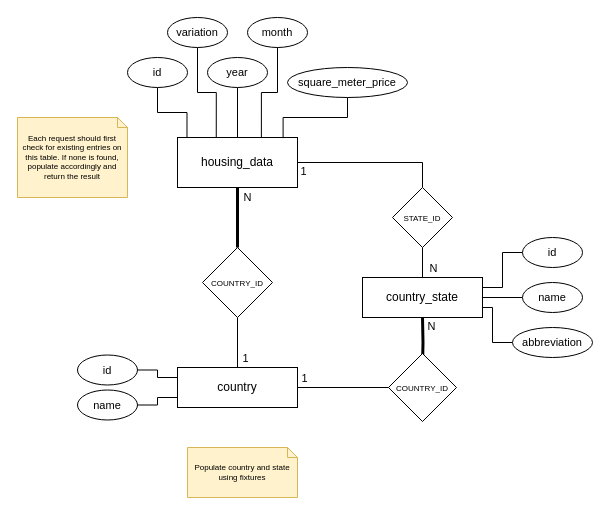
Above: docs/schema.drawio in vicenteke/world-housing-api (draw.io), before the change. Source tidied: cells renumbered, new cells numbered last; positions are measured from the earlier drawing's top-left corner, leaving out a move shared by most shapes. Both pictures are drawn from the tidied source at 100%, with x=0, y=0 at pixel (17, 17).
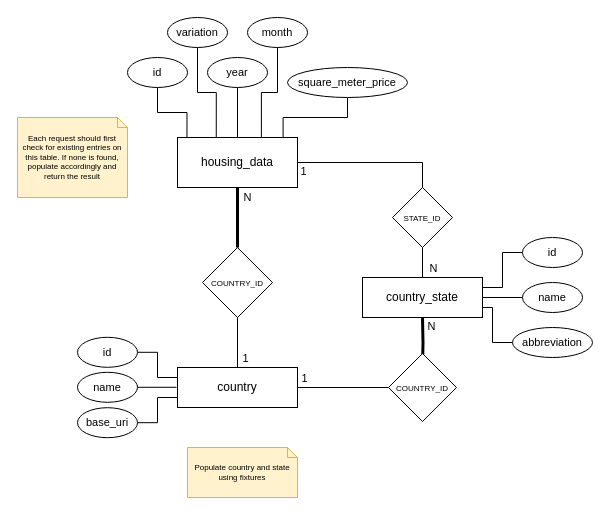
The same page after the edit.

Unchanged cells that the change refers to:
```xml
<mxCell id="3" value="country" style="rounded=0;whiteSpace=wrap;html=1;" parent="1" vertex="1">
  <mxGeometry x="160" y="350" width="120" height="40" as="geometry" />
</mxCell>
```

Change to the diagram source:
```diff
@@
-    <mxCell id="30" style="edgeStyle=orthogonalEdgeStyle;rounded=0;jettySize=auto;html=1;exitX=1;exitY=0.5;exitDx=0;exitDy=0;entryX=0;entryY=0.75;entryDx=0;entryDy=0;strokeColor=default;align=center;verticalAlign=middle;fontFamily=Helvetica;fontSize=11;fontColor=default;labelBackgroundColor=default;endArrow=none;endFill=0;" parent="1" edge="1" source="31" target="3">
-      <mxGeometry relative="1" as="geometry" />
+    <mxCell id="30" style="edgeStyle=orthogonalEdgeStyle;rounded=0;jettySize=auto;html=1;exitX=1;exitY=0.5;exitDx=0;exitDy=0;strokeColor=default;align=center;verticalAlign=middle;fontFamily=Helvetica;fontSize=11;fontColor=default;labelBackgroundColor=default;endArrow=none;endFill=0;" parent="1" edge="1" source="31">
+      <mxGeometry relative="1" as="geometry">
+        <mxPoint x="159" y="370" as="targetPoint" />
+      </mxGeometry>
     </mxCell>
     <mxCell id="31" value="name" style="ellipse;whiteSpace=wrap;html=1;fontFamily=Helvetica;fontSize=11;fontColor=default;labelBackgroundColor=default;" parent="1" vertex="1">
-      <mxGeometry x="60" y="372.5" width="60" height="30" as="geometry" />
+      <mxGeometry x="60" y="354.8" width="60" height="30" as="geometry" />
     </mxCell>
@@
     <mxCell id="33" value="id" style="ellipse;whiteSpace=wrap;html=1;fontFamily=Helvetica;fontSize=11;fontColor=default;labelBackgroundColor=default;" parent="1" vertex="1">
-      <mxGeometry x="60" y="337.5" width="60" height="30" as="geometry" />
+      <mxGeometry x="60" y="319.8" width="60" height="30" as="geometry" />
     </mxCell>
@@
+    <mxCell id="39" style="edgeStyle=orthogonalEdgeStyle;rounded=0;jettySize=auto;html=1;exitX=1;exitY=0.5;exitDx=0;exitDy=0;entryX=0;entryY=0.75;entryDx=0;entryDy=0;strokeColor=default;align=center;verticalAlign=middle;fontFamily=Helvetica;fontSize=11;fontColor=default;labelBackgroundColor=default;endArrow=none;endFill=0;" parent="1" edge="1" source="40" target="3">
+      <mxGeometry relative="1" as="geometry" />
+    </mxCell>
+    <mxCell id="40" value="base_uri" style="ellipse;whiteSpace=wrap;html=1;fontFamily=Helvetica;fontSize=11;fontColor=default;labelBackgroundColor=default;" parent="1" vertex="1">
+      <mxGeometry x="60" y="390.2" width="60" height="30" as="geometry" />
+    </mxCell>
```
